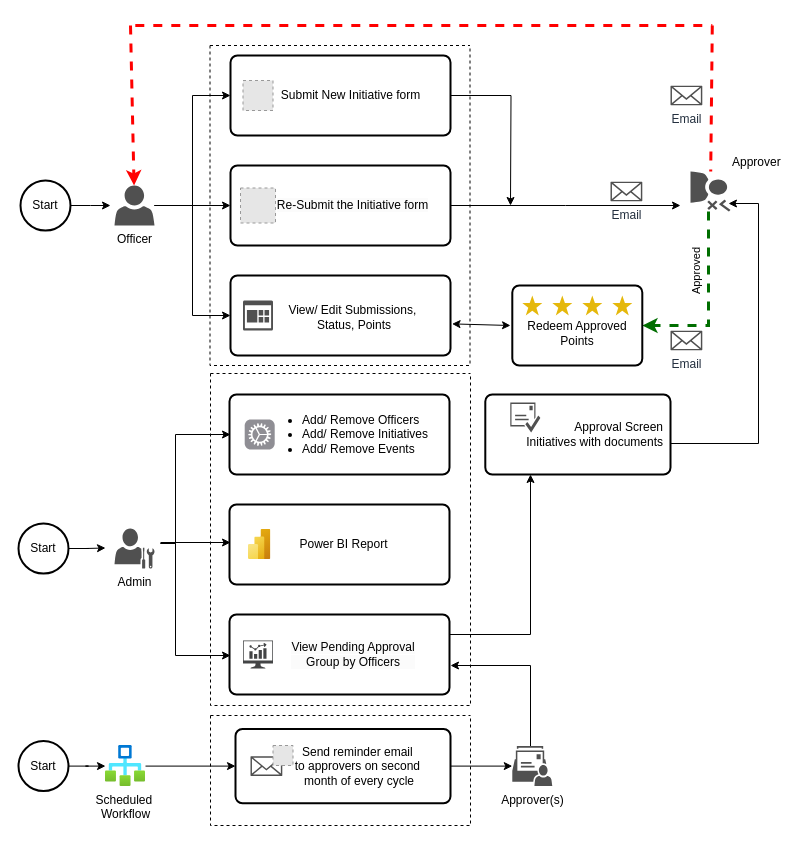
The draw.io diagram Untitled Diagram.drawio in ganeshglitz/drawio, before the edit. Source tidied: cells renumbered, new cells numbered last; positions are measured from the earlier drawing's top-left corner, leaving out a move shared by most shapes. Both pictures are drawn from the tidied source at 100%, with x=0, y=0 at pixel (18, 25). Pictures stored in the file or linked from it are replaced by grey dashed boxes.
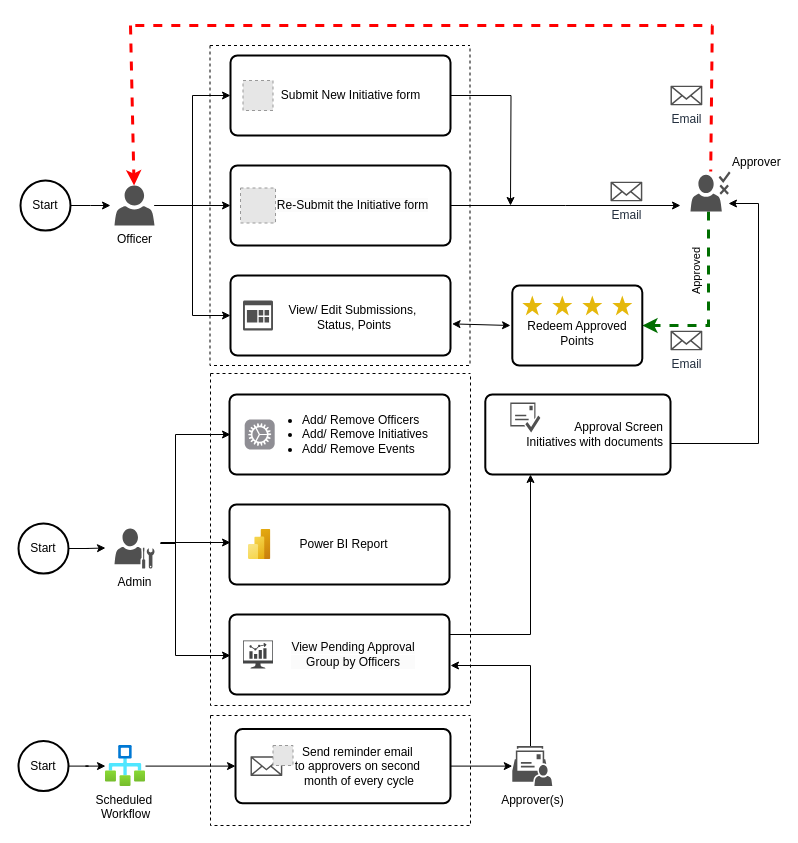
The same diagram, later.

Diff of the diagram source:
```diff
@@
-    <mxCell id="11" value="Approver" style="sketch=0;shadow=0;dashed=0;html=1;strokeColor=none;fillColor=#505050;labelPosition=right;verticalLabelPosition=top;verticalAlign=bottom;outlineConnect=0;align=left;shape=mxgraph.office.users.approver;direction=south;" parent="1" vertex="1">
+    <mxCell id="11" value="Approver" style="sketch=0;shadow=0;dashed=0;html=1;strokeColor=none;fillColor=#505050;labelPosition=right;verticalLabelPosition=top;verticalAlign=bottom;outlineConnect=0;align=left;shape=mxgraph.office.users.approver;direction=east;" parent="1" vertex="1">
       <mxGeometry x="672" y="146" width="40" height="40" as="geometry" />
     </mxCell>
```
